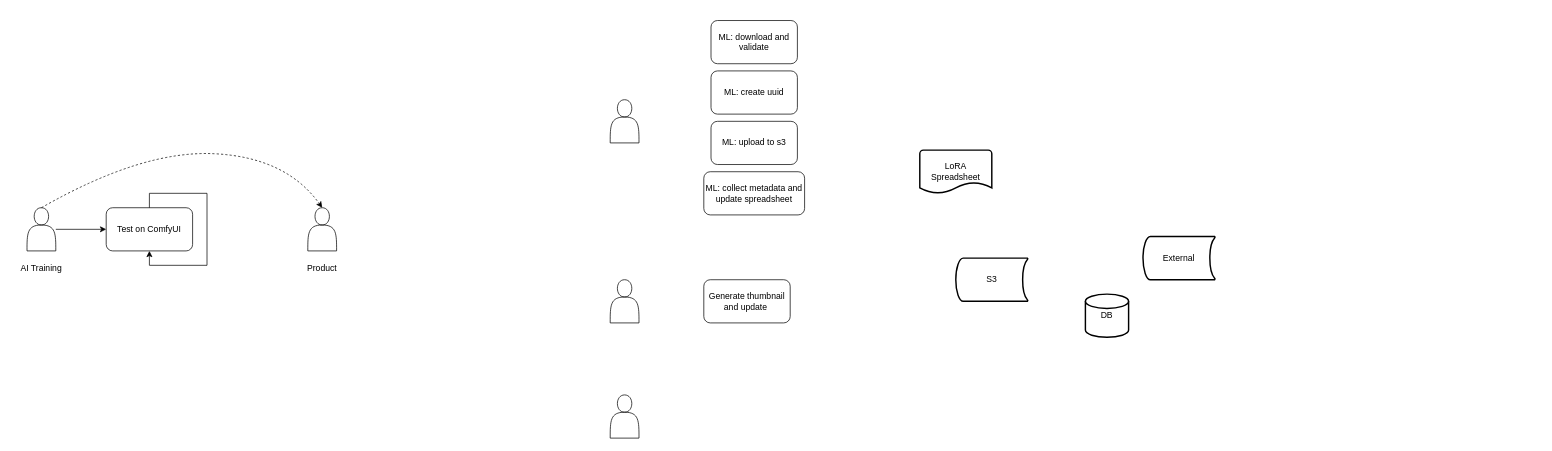
This is LoRA-lifecycles.drawio from lachlan-nicholson/gravity, a draw.io file, before an edit. Source tidied: cells renumbered, new cells numbered last; positions are measured from the earlier drawing's top-left corner, leaving out a move shared by most shapes. Both pictures are drawn from the tidied source at 72%, with x=0, y=0 at pixel (12, 20).
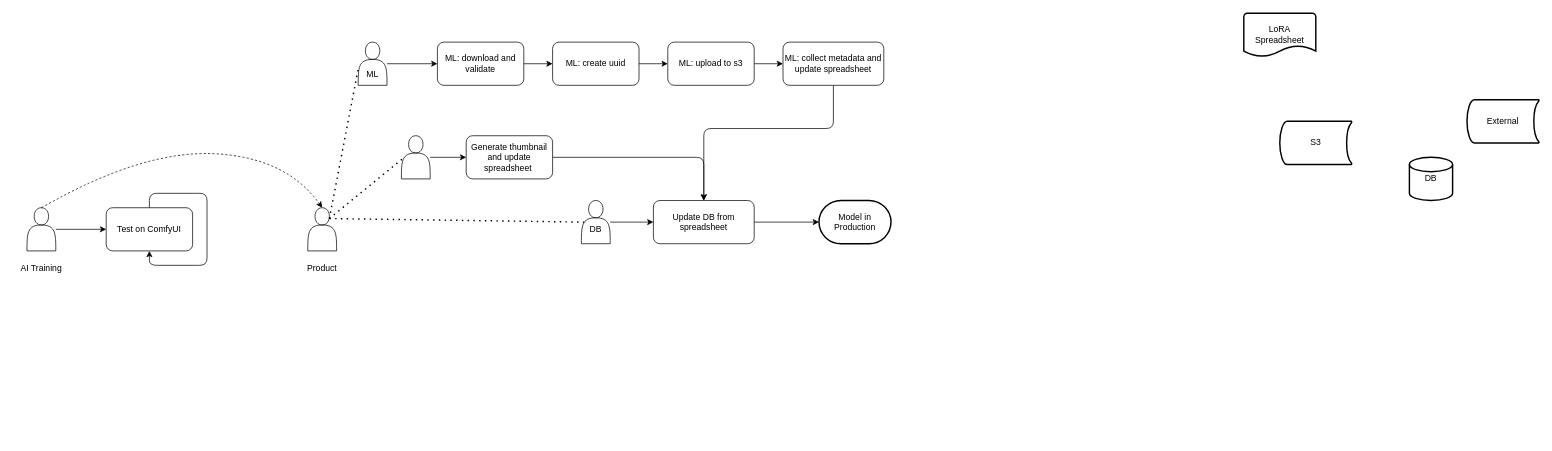
The same diagram, later.

Unchanged cells that the change refers to:
```xml
<mxCell id="4" value="Test on ComfyUI" style="rounded=1;whiteSpace=wrap;html=1;" parent="1" vertex="1">
  <mxGeometry x="130" y="260" width="120" height="60" as="geometry" />
</mxCell>
```

Change to the diagram source:
```diff
@@
-    <mxCell id="2" style="edgeStyle=orthogonalEdgeStyle;rounded=0;jettySize=auto;html=1;entryX=0;entryY=0.5;entryDx=0;entryDy=0;" parent="1" edge="1" source="3" target="4">
+    <mxCell id="2" style="edgeStyle=orthogonalEdgeStyle;rounded=1;jettySize=auto;html=1;entryX=0;entryY=0.5;entryDx=0;entryDy=0;" parent="1" edge="1" source="3" target="4">
       <mxGeometry relative="1" as="geometry" />
     </mxCell>
-    <mxCell id="3" style="shape=actor;whiteSpace=wrap;html=1;" parent="1" vertex="1">
+    <mxCell id="3" style="shape=actor;whiteSpace=wrap;html=1;rounded=1;" parent="1" vertex="1">
       <mxGeometry x="20" y="260" width="40" height="60" as="geometry" />
     </mxCell>
@@
+    <mxCell id="22" style="edgeStyle=orthogonalEdgeStyle;rounded=1;jettySize=auto;html=1;" parent="1" edge="1" source="5" target="6">
+      <mxGeometry relative="1" as="geometry" />
+    </mxCell>
-    <mxCell id="5" value="&lt;p style=&quot;line-height: 140%;&quot;&gt;&lt;br&gt;&lt;/p&gt;" style="shape=actor;whiteSpace=wrap;html=1;" parent="1" vertex="1">
-      <mxGeometry x="830" y="110" width="40" height="60" as="geometry" />
+    <mxCell id="5" value="&lt;p style=&quot;line-height: 140%;&quot;&gt;&lt;br&gt;&lt;/p&gt;" style="shape=actor;whiteSpace=wrap;html=1;rounded=1;" parent="1" vertex="1">
+      <mxGeometry x="480" y="30" width="40" height="60" as="geometry" />
     </mxCell>
+    <mxCell id="23" style="edgeStyle=orthogonalEdgeStyle;rounded=1;jettySize=auto;html=1;entryX=0;entryY=0.5;entryDx=0;entryDy=0;" parent="1" edge="1" source="6" target="10">
+      <mxGeometry relative="1" as="geometry" />
+    </mxCell>
     <mxCell id="6" value="ML: download and validate" style="rounded=1;whiteSpace=wrap;html=1;" parent="1" vertex="1">
-      <mxGeometry x="970" width="120" height="60" as="geometry" />
+      <mxGeometry x="590" y="30" width="120" height="60" as="geometry" />
     </mxCell>
+    <mxCell id="24" style="edgeStyle=orthogonalEdgeStyle;rounded=1;jettySize=auto;html=1;" parent="1" edge="1" source="7" target="8">
+      <mxGeometry relative="1" as="geometry" />
+    </mxCell>
     <mxCell id="7" value="ML: upload to s3" style="rounded=1;whiteSpace=wrap;html=1;" parent="1" vertex="1">
-      <mxGeometry x="970" y="140" width="120" height="60" as="geometry" />
+      <mxGeometry x="910" y="30" width="120" height="60" as="geometry" />
     </mxCell>
+    <mxCell id="25" style="edgeStyle=orthogonalEdgeStyle;rounded=1;jettySize=auto;html=1;entryX=0.5;entryY=0;entryDx=0;entryDy=0;" parent="1" edge="1" source="8" target="36">
+      <mxGeometry relative="1" as="geometry">
+        <Array as="points">
+          <mxPoint x="1140" y="150" />
+          <mxPoint x="960" y="150" />
+        </Array>
+      </mxGeometry>
+    </mxCell>
     <mxCell id="8" value="ML: collect metadata and update spreadsheet" style="rounded=1;whiteSpace=wrap;html=1;" parent="1" vertex="1">
-      <mxGeometry x="960" y="210" width="140" height="60" as="geometry" />
+      <mxGeometry x="1070" y="30" width="140" height="60" as="geometry" />
     </mxCell>
+    <mxCell id="26" style="edgeStyle=orthogonalEdgeStyle;rounded=1;jettySize=auto;html=1;entryX=0;entryY=0.5;entryDx=0;entryDy=0;" parent="1" edge="1" source="9" target="11">
+      <mxGeometry relative="1" as="geometry" />
+    </mxCell>
-    <mxCell id="9" style="shape=actor;whiteSpace=wrap;html=1;" parent="1" vertex="1">
-      <mxGeometry x="830" y="360" width="40" height="60" as="geometry" />
+    <mxCell id="9" style="shape=actor;whiteSpace=wrap;html=1;rounded=1;" parent="1" vertex="1">
+      <mxGeometry x="540" y="160" width="40" height="60" as="geometry" />
     </mxCell>
+    <mxCell id="27" style="edgeStyle=orthogonalEdgeStyle;rounded=1;jettySize=auto;html=1;exitX=1;exitY=0.5;exitDx=0;exitDy=0;" parent="1" edge="1" source="10" target="7">
+      <mxGeometry relative="1" as="geometry" />
+    </mxCell>
     <mxCell id="10" value="ML: create uuid" style="rounded=1;whiteSpace=wrap;html=1;" parent="1" vertex="1">
-      <mxGeometry x="970" y="70" width="120" height="60" as="geometry" />
+      <mxGeometry x="750" y="30" width="120" height="60" as="geometry" />
     </mxCell>
+    <mxCell id="28" style="edgeStyle=orthogonalEdgeStyle;rounded=1;jettySize=auto;html=1;entryX=0.5;entryY=0;entryDx=0;entryDy=0;" parent="1" edge="1" source="11" target="36">
+      <mxGeometry relative="1" as="geometry" />
+    </mxCell>
-    <mxCell id="11" value="Generate thumbnail and update&amp;nbsp;" style="rounded=1;whiteSpace=wrap;html=1;" parent="1" vertex="1">
-      <mxGeometry x="960" y="360" width="120" height="60" as="geometry" />
+    <mxCell id="11" value="Generate thumbnail and update spreadsheet&amp;nbsp;" style="rounded=1;whiteSpace=wrap;html=1;" parent="1" vertex="1">
+      <mxGeometry x="630" y="160" width="120" height="60" as="geometry" />
     </mxCell>
-    <mxCell id="12" value="S3" style="strokeWidth=2;html=1;shape=mxgraph.flowchart.stored_data;whiteSpace=wrap;" parent="1" vertex="1">
-      <mxGeometry x="1310" y="330" width="100" height="60" as="geometry" />
+    <mxCell id="12" value="S3" style="strokeWidth=2;html=1;shape=mxgraph.flowchart.stored_data;whiteSpace=wrap;rounded=1;" parent="1" vertex="1">
+      <mxGeometry x="1760" y="140" width="100" height="60" as="geometry" />
     </mxCell>
-    <mxCell id="13" value="External" style="strokeWidth=2;html=1;shape=mxgraph.flowchart.stored_data;whiteSpace=wrap;" parent="1" vertex="1">
-      <mxGeometry x="1570" y="300" width="100" height="60" as="geometry" />
+    <mxCell id="13" value="External" style="strokeWidth=2;html=1;shape=mxgraph.flowchart.stored_data;whiteSpace=wrap;rounded=1;" parent="1" vertex="1">
+      <mxGeometry x="2020" y="110" width="100" height="60" as="geometry" />
     </mxCell>
-    <mxCell id="14" value="DB" style="strokeWidth=2;html=1;shape=mxgraph.flowchart.database;whiteSpace=wrap;" parent="1" vertex="1">
-      <mxGeometry x="1490" y="380" width="60" height="60" as="geometry" />
+    <mxCell id="14" value="DB" style="strokeWidth=2;html=1;shape=mxgraph.flowchart.database;whiteSpace=wrap;rounded=1;" parent="1" vertex="1">
+      <mxGeometry x="1940" y="190" width="60" height="60" as="geometry" />
     </mxCell>
-    <mxCell id="15" value="LoRA Spreadsheet" style="strokeWidth=2;html=1;shape=mxgraph.flowchart.document2;whiteSpace=wrap;size=0.25;" parent="1" vertex="1">
-      <mxGeometry x="1260" y="180" width="100" height="60" as="geometry" />
+    <mxCell id="15" value="LoRA Spreadsheet" style="strokeWidth=2;html=1;shape=mxgraph.flowchart.document2;whiteSpace=wrap;size=0.25;rounded=1;" parent="1" vertex="1">
+      <mxGeometry x="1710" y="-10" width="100" height="60" as="geometry" />
     </mxCell>
+    <mxCell id="29" style="edgeStyle=orthogonalEdgeStyle;rounded=1;jettySize=auto;html=1;entryX=0;entryY=0.5;entryDx=0;entryDy=0;" parent="1" edge="1" source="16" target="36">
+      <mxGeometry relative="1" as="geometry" />
+    </mxCell>
-    <mxCell id="16" style="shape=actor;whiteSpace=wrap;html=1;" parent="1" vertex="1">
-      <mxGeometry x="830" y="520" width="40" height="60" as="geometry" />
+    <mxCell id="16" style="shape=actor;whiteSpace=wrap;html=1;rounded=1;" parent="1" vertex="1">
+      <mxGeometry x="790" y="250" width="40" height="60" as="geometry" />
     </mxCell>
-    <mxCell id="17" style="edgeStyle=orthogonalEdgeStyle;rounded=0;orthogonalLoop=1;jettySize=auto;html=1;entryX=0.5;entryY=1;entryDx=0;entryDy=0;" parent="1" edge="1" source="4" target="4">
+    <mxCell id="17" style="edgeStyle=orthogonalEdgeStyle;rounded=1;orthogonalLoop=1;jettySize=auto;html=1;entryX=0.5;entryY=1;entryDx=0;entryDy=0;" parent="1" edge="1" source="4" target="4">
       <mxGeometry relative="1" as="geometry" />
     </mxCell>
-    <mxCell id="18" style="shape=actor;whiteSpace=wrap;html=1;" parent="1" vertex="1">
+    <mxCell id="18" style="shape=actor;whiteSpace=wrap;html=1;rounded=1;" parent="1" vertex="1">
       <mxGeometry x="410" y="260" width="40" height="60" as="geometry" />
     </mxCell>
-    <mxCell id="19" style="curved=1;endArrow=classic;html=1;rounded=0;exitX=0.5;exitY=0;exitDx=0;exitDy=0;entryX=0.5;entryY=0;entryDx=0;entryDy=0;dashed=1;" parent="1" edge="1" source="3" target="18">
+    <mxCell id="19" style="curved=1;endArrow=classic;html=1;rounded=1;exitX=0.5;exitY=0;exitDx=0;exitDy=0;entryX=0.5;entryY=0;entryDx=0;entryDy=0;dashed=1;" parent="1" edge="1" source="3" target="18">
       <mxGeometry relative="1" as="geometry">
         <Array as="points">
           <mxPoint x="180" y="180" />
           <mxPoint x="380" y="190" />
         </Array>
       </mxGeometry>
     </mxCell>
-    <mxCell id="20" value="AI Training" style="text;html=1;strokeColor=none;fillColor=none;align=center;verticalAlign=middle;whiteSpace=wrap;rounded=0;" parent="1" vertex="1">
+    <mxCell id="20" value="AI Training" style="text;html=1;strokeColor=none;fillColor=none;align=center;verticalAlign=middle;whiteSpace=wrap;rounded=1;" parent="1" vertex="1">
       <mxGeometry y="330" width="80" height="30" as="geometry" />
     </mxCell>
-    <mxCell id="21" value="Product" style="text;html=1;strokeColor=none;fillColor=none;align=center;verticalAlign=middle;whiteSpace=wrap;rounded=0;" parent="1" vertex="1">
+    <mxCell id="21" value="Product" style="text;html=1;strokeColor=none;fillColor=none;align=center;verticalAlign=middle;whiteSpace=wrap;rounded=1;" parent="1" vertex="1">
       <mxGeometry x="390" y="330" width="80" height="30" as="geometry" />
     </mxCell>
+    <mxCell id="30" style="endArrow=none;dashed=1;html=1;dashPattern=1 3;strokeWidth=2;rounded=1;exitX=0.75;exitY=0.25;exitDx=0;exitDy=0;exitPerimeter=0;entryX=0.008;entryY=0.592;entryDx=0;entryDy=0;entryPerimeter=0;" parent="1" edge="1" source="18" target="5">
+      <mxGeometry relative="1" as="geometry" />
+    </mxCell>
+    <mxCell id="31" style="endArrow=none;dashed=1;html=1;dashPattern=1 3;strokeWidth=2;rounded=1;exitX=0.75;exitY=0.25;exitDx=0;exitDy=0;exitPerimeter=0;entryX=0.1;entryY=0.5;entryDx=0;entryDy=0;entryPerimeter=0;" parent="1" edge="1" source="18" target="9">
+      <mxGeometry relative="1" as="geometry" />
+    </mxCell>
+    <mxCell id="32" style="endArrow=none;dashed=1;html=1;dashPattern=1 3;strokeWidth=2;rounded=1;exitX=0.75;exitY=0.25;exitDx=0;exitDy=0;exitPerimeter=0;entryX=0.1;entryY=0.5;entryDx=0;entryDy=0;entryPerimeter=0;" parent="1" edge="1" source="18" target="16">
+      <mxGeometry relative="1" as="geometry" />
+    </mxCell>
+    <mxCell id="33" value="ML" style="text;html=1;strokeColor=none;fillColor=none;align=center;verticalAlign=middle;whiteSpace=wrap;rounded=1;" parent="1" vertex="1">
+      <mxGeometry x="460" y="60" width="80" height="30" as="geometry" />
+    </mxCell>
+    <mxCell id="34" value="DB" style="text;html=1;strokeColor=none;fillColor=none;align=center;verticalAlign=middle;whiteSpace=wrap;rounded=1;" parent="1" vertex="1">
+      <mxGeometry x="770" y="275" width="80" height="30" as="geometry" />
+    </mxCell>
+    <mxCell id="35" style="edgeStyle=orthogonalEdgeStyle;rounded=1;jettySize=auto;html=1;entryX=0;entryY=0.5;entryDx=0;entryDy=0;entryPerimeter=0;" parent="1" edge="1" source="36" target="37">
+      <mxGeometry relative="1" as="geometry" />
+    </mxCell>
+    <mxCell id="36" value="Update DB from spreadsheet" style="rounded=1;whiteSpace=wrap;html=1;" parent="1" vertex="1">
+      <mxGeometry x="890" y="250" width="140" height="60" as="geometry" />
+    </mxCell>
+    <mxCell id="37" value="Model in Production" style="strokeWidth=2;html=1;shape=mxgraph.flowchart.terminator;whiteSpace=wrap;rounded=1;" parent="1" vertex="1">
+      <mxGeometry x="1120" y="250" width="100" height="60" as="geometry" />
+    </mxCell>
```
